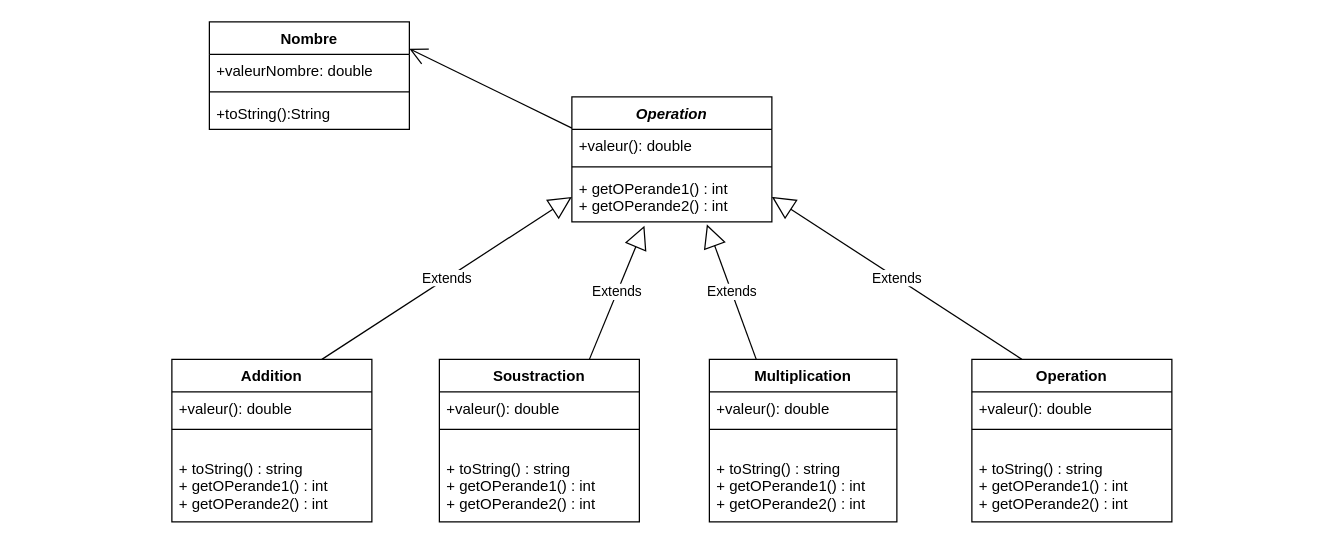
The draw.io diagram out/production/Calculatrice/.drawio.xml in DariusAlex03/SAE_CALCULATRICE_JAVA, before the edit. Source tidied: cells renumbered, new cells numbered last; positions are measured from the earlier drawing's top-left corner, leaving out a move shared by most shapes. Both pictures are drawn from the tidied source at 125%, with x=0, y=0 at pixel (171, 21).
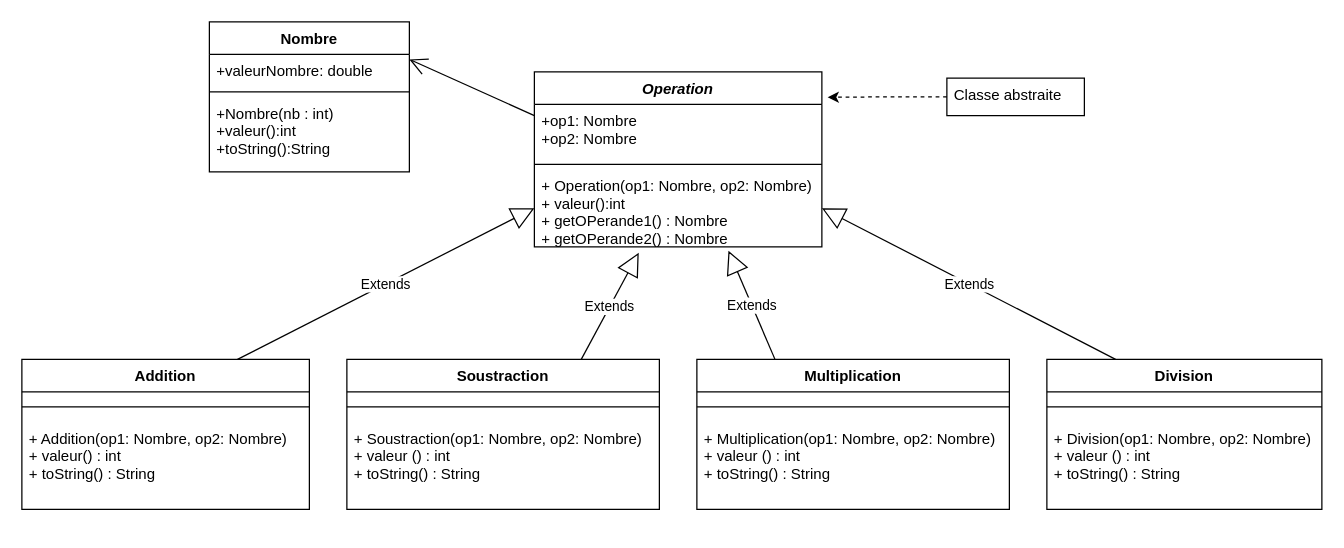
The same page after the edit.

The edit, as a diff of the source:
```diff
@@
     <mxCell id="2" value="Operation" style="swimlane;fontStyle=3;align=center;verticalAlign=top;horizontal=1;startSize=26;" parent="1" vertex="1">
-      <mxGeometry x="320" y="60" width="160" height="100" as="geometry" />
+      <mxGeometry x="290" y="40" width="230" height="140" as="geometry" />
     </mxCell>
-    <mxCell id="3" value="+valeur(): double" style="text;strokeColor=none;fillColor=none;align=left;verticalAlign=top;spacingLeft=4;spacingRight=4;overflow=hidden;" parent="2" vertex="1">
-      <mxGeometry y="26" width="160" height="26" as="geometry" />
+    <mxCell id="3" value="+op1: Nombre&#10;+op2: Nombre" style="text;strokeColor=none;fillColor=none;align=left;verticalAlign=top;spacingLeft=4;spacingRight=4;overflow=hidden;" parent="2" vertex="1">
+      <mxGeometry y="26" width="230" height="44" as="geometry" />
     </mxCell>
     <mxCell id="4" style="line;strokeWidth=1;fillColor=none;align=left;verticalAlign=middle;spacingTop=-1;spacingLeft=3;spacingRight=3;labelPosition=right;" parent="2" vertex="1">
-      <mxGeometry y="52" width="160" height="8" as="geometry" />
+      <mxGeometry y="70" width="230" height="8" as="geometry" />
     </mxCell>
-    <mxCell id="5" value="+ getOPerande1() : int&#10;+ getOPerande2() : int" style="text;strokeColor=none;fillColor=none;align=left;verticalAlign=top;spacingLeft=4;spacingRight=4;overflow=hidden;points=[[0,0.5],[1,0.5]];portConstraint=eastwest;" parent="2" vertex="1">
-      <mxGeometry y="60" width="160" height="40" as="geometry" />
+    <mxCell id="5" value="+ Operation(op1: Nombre, op2: Nombre)&#10;+ valeur():int  &#10;+ getOPerande1() : Nombre&#10;+ getOPerande2() : Nombre&#10;" style="text;strokeColor=none;fillColor=none;align=left;verticalAlign=top;spacingLeft=4;spacingRight=4;overflow=hidden;points=[[0,0.5],[1,0.5]];portConstraint=eastwest;fontStyle=0;" parent="2" vertex="1">
+      <mxGeometry y="78" width="230" height="62" as="geometry" />
     </mxCell>
-    <mxCell id="6" value="Operation" style="swimlane;fontStyle=1;align=center;verticalAlign=top;horizontal=1;startSize=26;" parent="1" vertex="1">
-      <mxGeometry x="640" y="270" width="160" height="130" as="geometry" />
+    <mxCell id="6" value="Division" style="swimlane;fontStyle=1;align=center;verticalAlign=top;horizontal=1;startSize=26;" parent="1" vertex="1">
+      <mxGeometry x="700" y="270" width="220" height="120" as="geometry" />
     </mxCell>
-    <mxCell id="7" value="+valeur(): double" style="text;strokeColor=none;fillColor=none;align=left;verticalAlign=top;spacingLeft=4;spacingRight=4;overflow=hidden;" parent="6" vertex="1">
-      <mxGeometry y="26" width="160" height="26" as="geometry" />
-    </mxCell>
     <mxCell id="8" style="line;strokeWidth=1;fillColor=none;align=left;verticalAlign=middle;spacingTop=-1;spacingLeft=3;spacingRight=3;labelPosition=right;" parent="6" vertex="1">
-      <mxGeometry y="52" width="160" height="8" as="geometry" />
+      <mxGeometry y="26" width="220" height="24" as="geometry" />
     </mxCell>
-    <mxCell id="9" value="&#10;+ toString() : string&#10;+ getOPerande1() : int&#10;+ getOPerande2() : int" style="text;strokeColor=none;fillColor=none;align=left;verticalAlign=top;spacingLeft=4;spacingRight=4;overflow=hidden;" parent="6" vertex="1">
-      <mxGeometry y="60" width="160" height="70" as="geometry" />
+    <mxCell id="9" value="+ Division(op1: Nombre, op2: Nombre)&#10;+ valeur () : int&#10;+ toString() : String" style="text;strokeColor=none;fillColor=none;align=left;verticalAlign=top;spacingLeft=4;spacingRight=4;overflow=hidden;" parent="6" vertex="1">
+      <mxGeometry y="50" width="220" height="70" as="geometry" />
     </mxCell>
     <mxCell id="10" value="Addition" style="swimlane;fontStyle=1;align=center;verticalAlign=top;horizontal=1;startSize=26;" parent="1" vertex="1">
-      <mxGeometry y="270" width="160" height="130" as="geometry" />
+      <mxGeometry x="-120" y="270" width="230" height="120" as="geometry" />
     </mxCell>
-    <mxCell id="11" value="+valeur(): double" style="text;strokeColor=none;fillColor=none;align=left;verticalAlign=top;spacingLeft=4;spacingRight=4;overflow=hidden;" parent="10" vertex="1">
-      <mxGeometry y="26" width="160" height="26" as="geometry" />
-    </mxCell>
     <mxCell id="12" style="line;strokeWidth=1;fillColor=none;align=left;verticalAlign=middle;spacingTop=-1;spacingLeft=3;spacingRight=3;labelPosition=right;" parent="10" vertex="1">
-      <mxGeometry y="52" width="160" height="8" as="geometry" />
+      <mxGeometry y="26" width="230" height="24" as="geometry" />
     </mxCell>
-    <mxCell id="13" value="&#10;+ toString() : string&#10;+ getOPerande1() : int&#10;+ getOPerande2() : int&#10;" style="text;strokeColor=none;fillColor=none;align=left;verticalAlign=top;spacingLeft=4;spacingRight=4;overflow=hidden;" parent="10" vertex="1">
-      <mxGeometry y="60" width="160" height="70" as="geometry" />
+    <mxCell id="13" value="+ Addition(op1: Nombre, op2: Nombre)&#10;+ valeur() : int&#10;+ toString() : String&#10;&#10;" style="text;strokeColor=none;fillColor=none;align=left;verticalAlign=top;spacingLeft=4;spacingRight=4;overflow=hidden;" parent="10" vertex="1">
+      <mxGeometry y="50" width="230" height="70" as="geometry" />
     </mxCell>
     <mxCell id="14" value="Multiplication" style="swimlane;fontStyle=1;align=center;verticalAlign=top;horizontal=1;startSize=26;" parent="1" vertex="1">
-      <mxGeometry x="430" y="270" width="150" height="130" as="geometry" />
+      <mxGeometry x="420" y="270" width="250" height="120" as="geometry" />
     </mxCell>
-    <mxCell id="15" value="+valeur(): double" style="text;strokeColor=none;fillColor=none;align=left;verticalAlign=top;spacingLeft=4;spacingRight=4;overflow=hidden;" parent="14" vertex="1">
-      <mxGeometry y="26" width="150" height="26" as="geometry" />
-    </mxCell>
     <mxCell id="16" style="line;strokeWidth=1;fillColor=none;align=left;verticalAlign=middle;spacingTop=-1;spacingLeft=3;spacingRight=3;labelPosition=right;" parent="14" vertex="1">
-      <mxGeometry y="52" width="150" height="8" as="geometry" />
+      <mxGeometry y="26" width="250" height="24" as="geometry" />
     </mxCell>
-    <mxCell id="17" value="&#10;+ toString() : string&#10;+ getOPerande1() : int&#10;+ getOPerande2() : int" style="text;strokeColor=none;fillColor=none;align=left;verticalAlign=top;spacingLeft=4;spacingRight=4;overflow=hidden;" parent="14" vertex="1">
-      <mxGeometry y="60" width="150" height="70" as="geometry" />
+    <mxCell id="17" value="+ Multiplication(op1: Nombre, op2: Nombre)&#10;+ valeur () : int&#10;+ toString() : String&#10;&#10;" style="text;strokeColor=none;fillColor=none;align=left;verticalAlign=top;spacingLeft=4;spacingRight=4;overflow=hidden;" parent="14" vertex="1">
+      <mxGeometry y="50" width="250" height="70" as="geometry" />
     </mxCell>
     <mxCell id="18" value="Soustraction" style="swimlane;fontStyle=1;align=center;verticalAlign=top;horizontal=1;startSize=26;" parent="1" vertex="1">
-      <mxGeometry x="214" y="270" width="160" height="130" as="geometry" />
+      <mxGeometry x="140" y="270" width="250" height="120" as="geometry" />
     </mxCell>
-    <mxCell id="19" value="+valeur(): double" style="text;strokeColor=none;fillColor=none;align=left;verticalAlign=top;spacingLeft=4;spacingRight=4;overflow=hidden;" parent="18" vertex="1">
-      <mxGeometry y="26" width="160" height="26" as="geometry" />
-    </mxCell>
     <mxCell id="20" style="line;strokeWidth=1;fillColor=none;align=left;verticalAlign=middle;spacingTop=-1;spacingLeft=3;spacingRight=3;labelPosition=right;" parent="18" vertex="1">
-      <mxGeometry y="52" width="160" height="8" as="geometry" />
+      <mxGeometry y="26" width="250" height="24" as="geometry" />
     </mxCell>
-    <mxCell id="21" value="&#10;+ toString() : string&#10;+ getOPerande1() : int&#10;+ getOPerande2() : int" style="text;strokeColor=none;fillColor=none;align=left;verticalAlign=top;spacingLeft=4;spacingRight=4;overflow=hidden;" parent="18" vertex="1">
-      <mxGeometry y="60" width="160" height="70" as="geometry" />
+    <mxCell id="21" value="+ Soustraction(op1: Nombre, op2: Nombre)&#10;+ valeur () : int&#10;+ toString() : String&#10;" style="text;strokeColor=none;fillColor=none;align=left;verticalAlign=top;spacingLeft=4;spacingRight=4;overflow=hidden;" parent="18" vertex="1">
+      <mxGeometry y="50" width="250" height="70" as="geometry" />
     </mxCell>
@@
     <mxCell id="26" value="Nombre" style="swimlane;fontStyle=1;align=center;verticalAlign=top;horizontal=1;startSize=26;" parent="1" vertex="1">
-      <mxGeometry x="30" width="160" height="86" as="geometry" />
+      <mxGeometry x="30" width="160" height="120" as="geometry" />
     </mxCell>
@@
-    <mxCell id="29" value="+toString():String" style="text;strokeColor=none;fillColor=none;align=left;verticalAlign=top;spacingLeft=4;spacingRight=4;overflow=hidden;" parent="26" vertex="1">
-      <mxGeometry y="60" width="160" height="26" as="geometry" />
+    <mxCell id="29" value="+Nombre(nb : int)&#10;+valeur():int&#10;+toString():String" style="text;strokeColor=none;fillColor=none;align=left;verticalAlign=top;spacingLeft=4;spacingRight=4;overflow=hidden;" parent="26" vertex="1">
+      <mxGeometry y="60" width="160" height="60" as="geometry" />
     </mxCell>
@@
+    <mxCell id="31" style="edgeStyle=orthogonalEdgeStyle;rounded=0;jettySize=auto;html=1;entryX=1.02;entryY=0.145;entryDx=0;entryDy=0;entryPerimeter=0;dashed=1;" parent="1" edge="1" source="32" target="2">
+      <mxGeometry relative="1" as="geometry" />
+    </mxCell>
+    <mxCell id="32" value="Classe abstraite" style="text;strokeColor=default;fillColor=none;align=left;verticalAlign=top;spacingLeft=4;spacingRight=4;overflow=hidden;points=[[0,0.5],[1,0.5]];portConstraint=eastwest;" parent="1" vertex="1">
+      <mxGeometry x="620" y="45" width="110" height="30" as="geometry" />
+    </mxCell>
```
